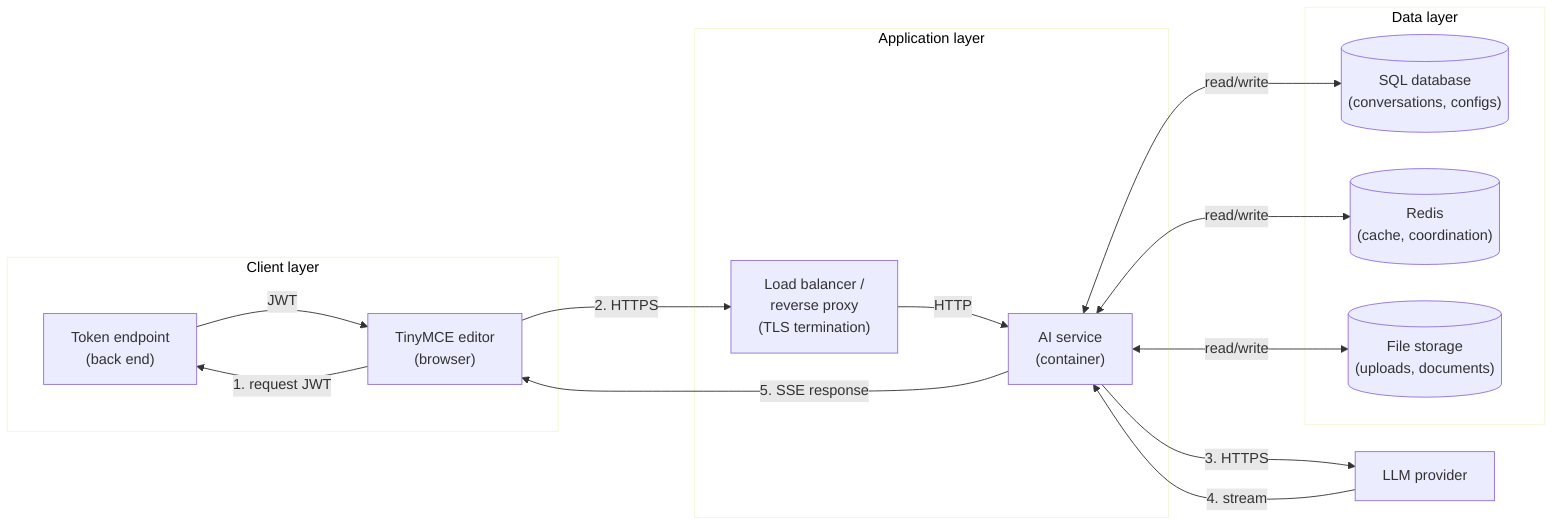
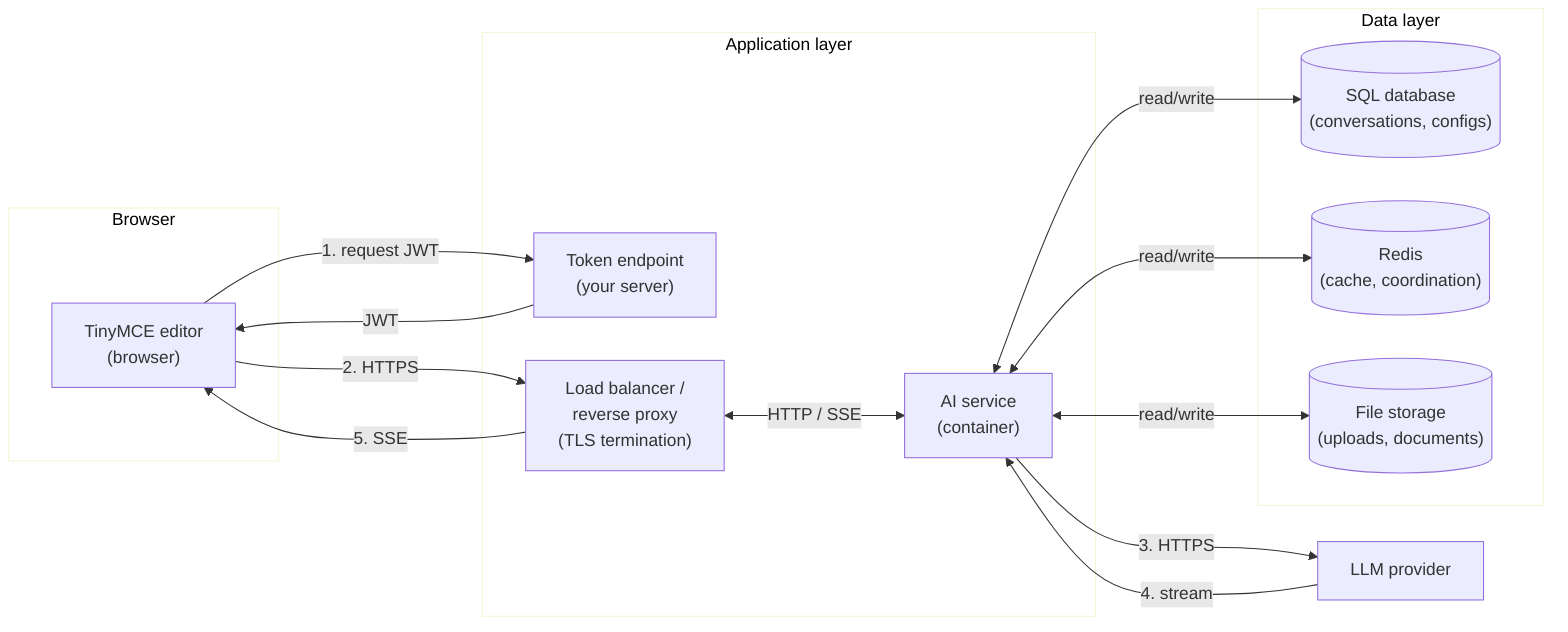
%%{init: {'theme': 'base', 'themeVariables': { 'primaryColor': '#ECECFF', 'primaryBorderColor': '#9370DB', 'lineColor': '#333333', 'edgeLabelBackground': '#e8e8e8', 'fontSize': '16px' }, 'flowchart': { 'nodeSpacing': 40, 'rankSpacing': 80 }}}%%
flowchart LR
-     subgraph Client["Client layer"]
-         Token["Token endpoint\n(back end)"]
+     subgraph Browser["Browser"]
        App["TinyMCE editor\n(browser)"]
    end

    subgraph Service["Application layer"]
+         Token["Token endpoint\n(your server)"]
        LB["Load balancer /\nreverse proxy\n(TLS termination)"]
        AI["AI service\n(container)"]
    end

    subgraph Data["Data layer"]
        DB[("SQL database\n(conversations, configs)")]
        Redis[("Redis\n(cache, coordination)")]
        Storage[("File storage\n(uploads, documents)")]
    end

    LLM["LLM provider"]

    App -->|"1. request JWT"| Token
    Token -->|"JWT"| App
    App -->|"2. HTTPS"| LB
-     LB -->|"HTTP"| AI
+     LB <-->|"HTTP / SSE"| AI
    AI -->|"3. HTTPS"| LLM
    LLM -->|"4. stream"| AI
-     AI -->|"5. SSE response"| App
+     LB -->|"5. SSE"| App
    AI <-->|"read/write"| DB
    AI <-->|"read/write"| Redis
    AI <-->|"read/write"| Storage
